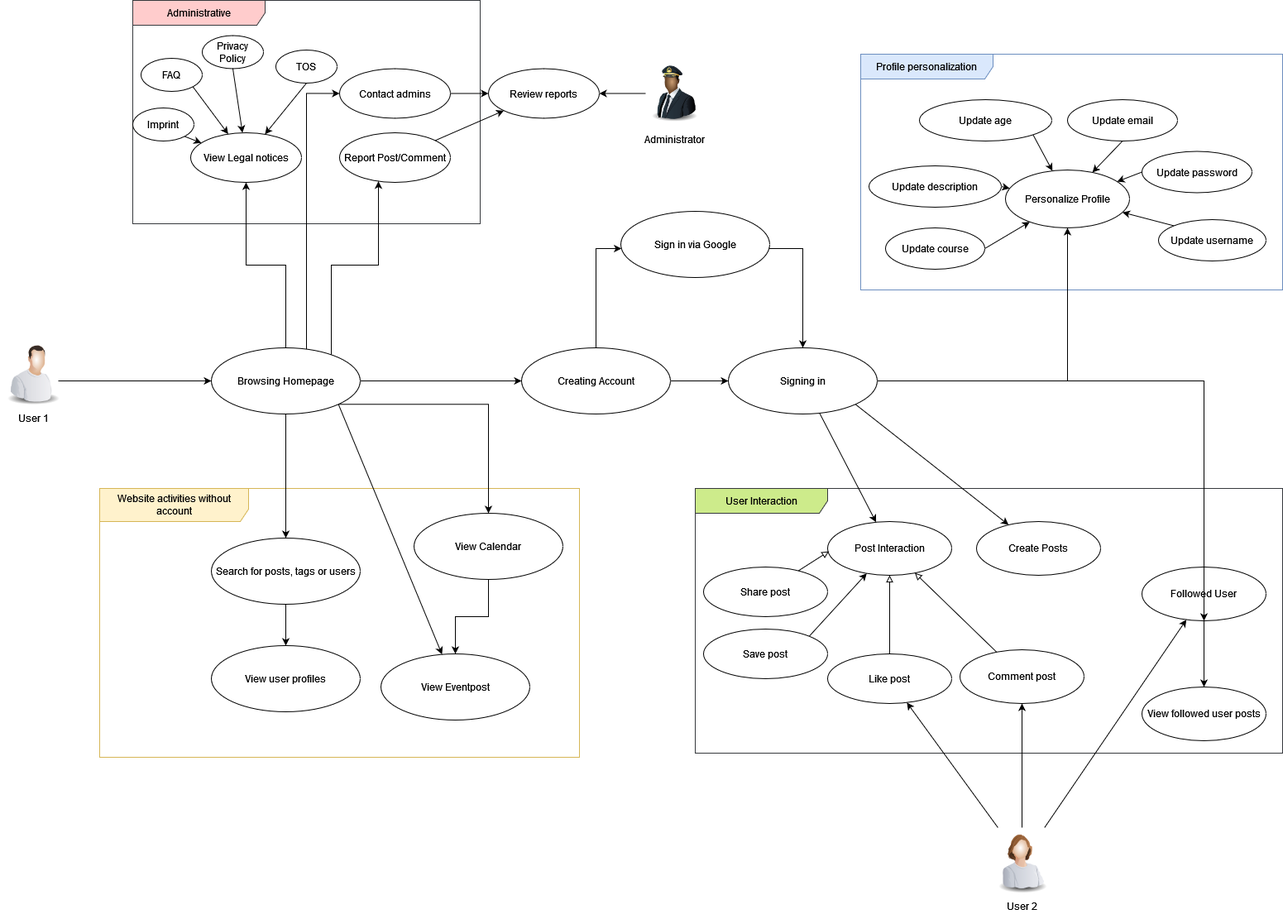
Earlier version of the draw.io export docs/diagrams/UsecaseDiagramGeneralRenewed.drawio.png (SE-TINF22B6/DHBWhub). Source tidied: cells renumbered, new cells last; positions are measured from the earlier drawing's top-left corner, leaving out a move shared by most shapes.
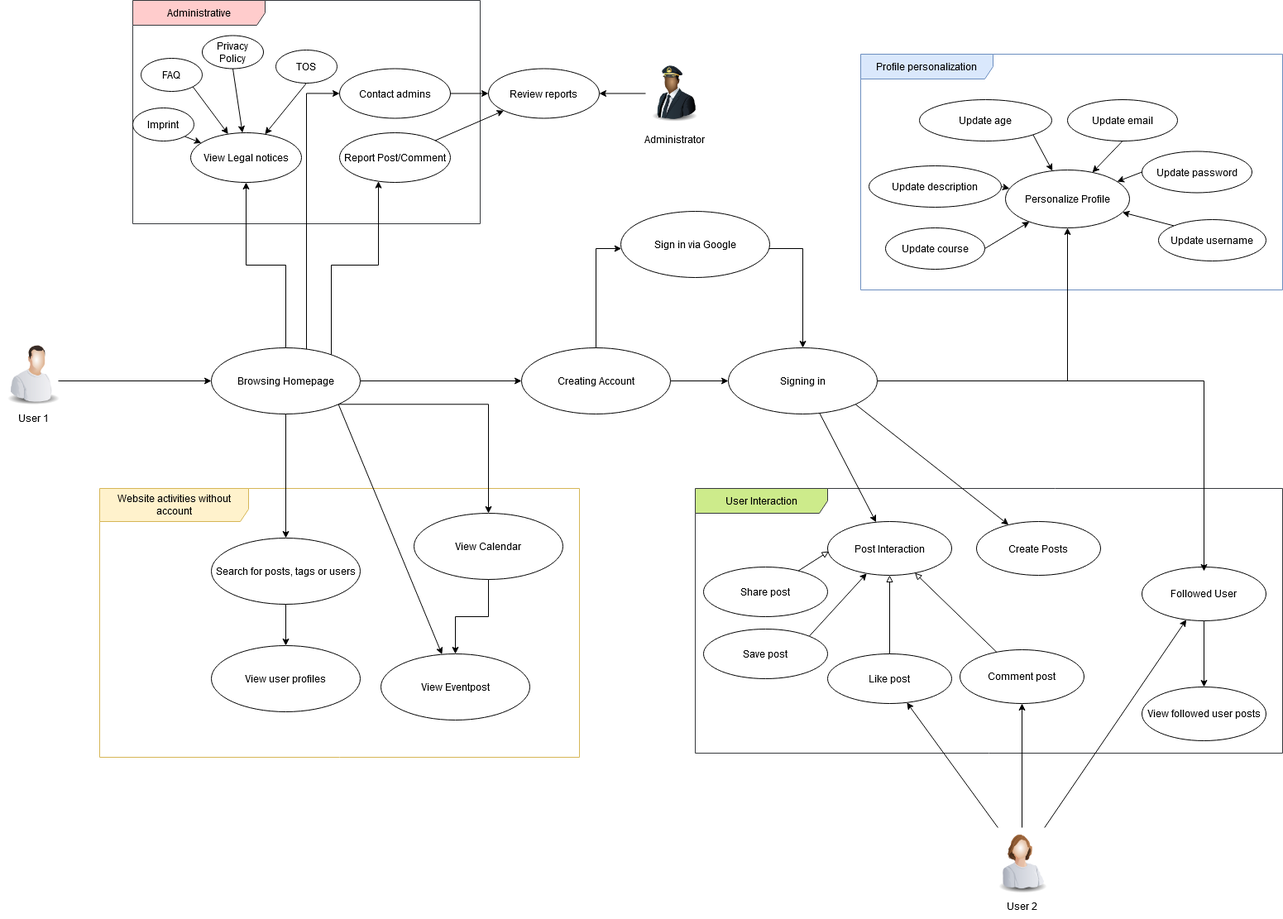
The same diagram one commit later.

What changed in the source:
```diff
@@ -236,7 +236,7 @@
     <mxCell id="74" style="rounded=0;jettySize=auto;html=1;exitX=1;exitY=1;exitDx=0;exitDy=0;" parent="1" edge="1" source="76" target="28">
       <mxGeometry relative="1" as="geometry" />
     </mxCell>
-    <mxCell id="75" style="rounded=0;jettySize=auto;html=1;exitX=1;exitY=0.5;exitDx=0;exitDy=0;entryX=0.5;entryY=1;entryDx=0;entryDy=0;" parent="1" edge="1" source="76" target="18">
+    <mxCell id="75" style="rounded=0;jettySize=auto;html=1;exitX=1;exitY=0.5;exitDx=0;exitDy=0;entryX=0.5;entryY=0.077;entryDx=0;entryDy=0;entryPerimeter=0;" parent="1" edge="1" source="76" target="18">
       <mxGeometry relative="1" as="geometry">
         <Array as="points">
           <mxPoint x="1455" y="460" />
```
